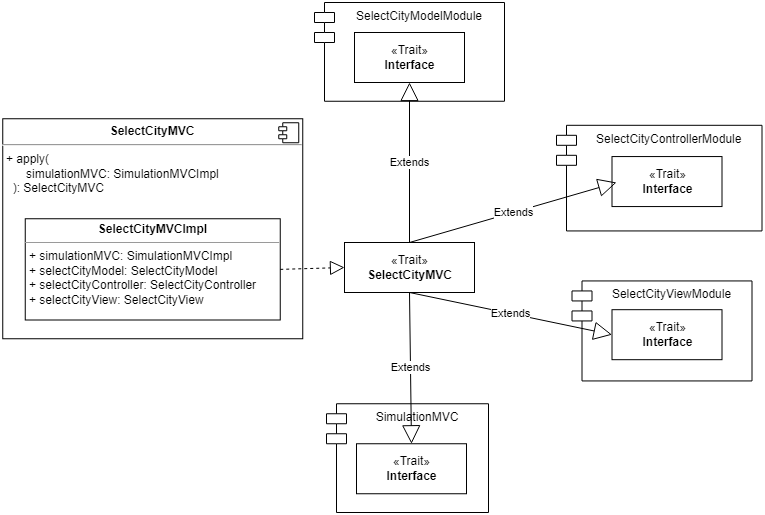
This is docs/img/select_city_MVC.png from AnnaVitali/PPS-22-smartgh, a draw.io export, as it was before one commit. Source tidied: cells renumbered, new cells last; positions are measured from the earlier drawing's top-left corner, leaving out a move shared by most shapes.
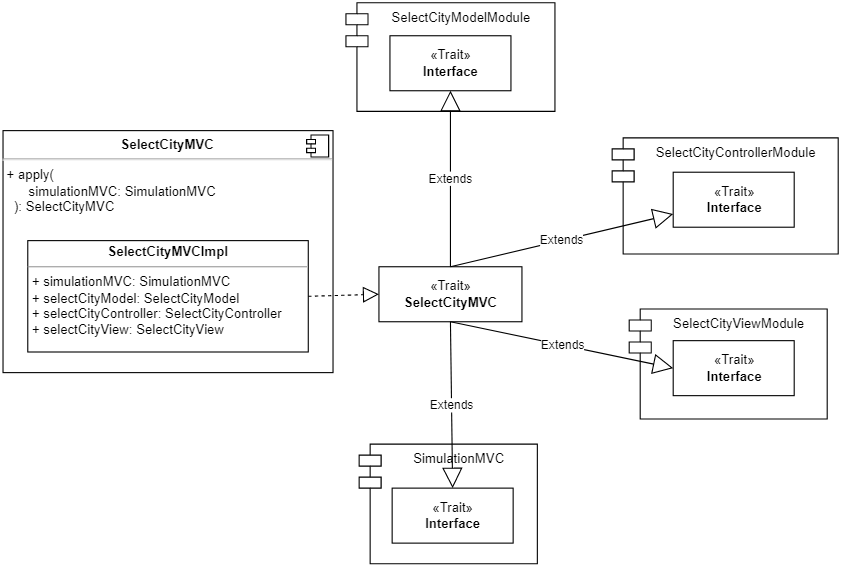
After the change.

The edit, as a diff of the source:
```diff
@@ -2,7 +2,7 @@
   <root>
     <mxCell id="0" />
     <mxCell id="1" parent="0" />
-    <mxCell id="2" value="&lt;p style=&quot;margin:0px;margin-top:6px;text-align:center;&quot;&gt;&lt;b&gt;SelectCityMVC&lt;/b&gt;&lt;br&gt;&lt;/p&gt;&lt;hr&gt;&lt;p style=&quot;margin: 0px 0px 0px 4px;&quot;&gt;+ apply(&lt;/p&gt;&lt;p style=&quot;margin: 0px 0px 0px 4px;&quot;&gt;&lt;span style=&quot;background-color: initial;&quot;&gt;&amp;nbsp; &amp;nbsp; &amp;nbsp; simulationMVC: SimulationMVCImpl&lt;/span&gt;&lt;/p&gt;&lt;p style=&quot;margin: 0px 0px 0px 4px;&quot;&gt;&lt;span style=&quot;background-color: initial;&quot;&gt;&amp;nbsp; ): SelectCityMVC&lt;/span&gt;&lt;/p&gt;" style="align=left;overflow=fill;html=1;" parent="1" vertex="1">
+    <mxCell id="2" value="&lt;p style=&quot;margin:0px;margin-top:6px;text-align:center;&quot;&gt;&lt;b&gt;SelectCityMVC&lt;/b&gt;&lt;br&gt;&lt;/p&gt;&lt;hr&gt;&lt;p style=&quot;margin: 0px 0px 0px 4px;&quot;&gt;+ apply(&lt;/p&gt;&lt;p style=&quot;margin: 0px 0px 0px 4px;&quot;&gt;&lt;span style=&quot;background-color: initial;&quot;&gt;&amp;nbsp; &amp;nbsp; &amp;nbsp; simulationMVC: SimulationMVC&lt;/span&gt;&lt;/p&gt;&lt;p style=&quot;margin: 0px 0px 0px 4px;&quot;&gt;&lt;span style=&quot;background-color: initial;&quot;&gt;&amp;nbsp; ): SelectCityMVC&lt;/span&gt;&lt;/p&gt;" style="align=left;overflow=fill;html=1;" parent="1" vertex="1">
       <mxGeometry x="0.2" y="116.2" width="300" height="220" as="geometry" />
     </mxCell>
     <mxCell id="3" style="shape=component;jettyWidth=8;jettyHeight=4;" parent="2" vertex="1">
@@ -10,7 +10,7 @@
         <mxPoint x="-24" y="4" as="offset" />
       </mxGeometry>
     </mxCell>
-    <mxCell id="4" value="&lt;p style=&quot;margin:0px;margin-top:4px;text-align:center;&quot;&gt;&lt;b&gt;SelectCityMVCImpl&lt;/b&gt;&lt;br&gt;&lt;/p&gt;&lt;hr size=&quot;1&quot;&gt;&lt;p style=&quot;margin:0px;margin-left:4px;&quot;&gt;+ simulationMVC: SimulationMVCImpl&lt;/p&gt;&lt;p style=&quot;margin:0px;margin-left:4px;&quot;&gt;+ selectCityModel: SelectCityModel&lt;/p&gt;&lt;p style=&quot;margin:0px;margin-left:4px;&quot;&gt;+ selectCityController: SelectCityController&lt;/p&gt;&lt;p style=&quot;margin:0px;margin-left:4px;&quot;&gt;+ selectCityView: SelectCityView&lt;/p&gt;" style="verticalAlign=top;align=left;overflow=fill;fontSize=12;fontFamily=Helvetica;html=1;fillColor=default;" parent="1" vertex="1">
+    <mxCell id="4" value="&lt;p style=&quot;margin:0px;margin-top:4px;text-align:center;&quot;&gt;&lt;b&gt;SelectCityMVCImpl&lt;/b&gt;&lt;br&gt;&lt;/p&gt;&lt;hr size=&quot;1&quot;&gt;&lt;p style=&quot;margin:0px;margin-left:4px;&quot;&gt;+ simulationMVC: SimulationMVC&lt;/p&gt;&lt;p style=&quot;margin:0px;margin-left:4px;&quot;&gt;+ selectCityModel: SelectCityModel&lt;/p&gt;&lt;p style=&quot;margin:0px;margin-left:4px;&quot;&gt;+ selectCityController: SelectCityController&lt;/p&gt;&lt;p style=&quot;margin:0px;margin-left:4px;&quot;&gt;+ selectCityView: SelectCityView&lt;/p&gt;" style="verticalAlign=top;align=left;overflow=fill;fontSize=12;fontFamily=Helvetica;html=1;fillColor=default;" parent="1" vertex="1">
       <mxGeometry x="22.8" y="216.2" width="255" height="101.2" as="geometry" />
     </mxCell>
     <mxCell id="5" value="SelectCityControllerModule" style="shape=module;align=left;spacingLeft=20;align=center;verticalAlign=top;fillColor=none;" parent="1" vertex="1">
@@ -46,10 +46,8 @@
     <mxCell id="15" value="Extends" style="endArrow=block;endSize=16;endFill=0;html=1;rounded=0;entryX=0.5;entryY=0;entryDx=0;entryDy=0;exitX=0.5;exitY=1;exitDx=0;exitDy=0;" parent="1" edge="1" source="13" target="12">
       <mxGeometry relative="1" as="geometry" />
     </mxCell>
-    <mxCell id="16" value="Extends" style="endArrow=block;endSize=16;endFill=0;html=1;rounded=0;exitX=0.5;exitY=0;exitDx=0;exitDy=0;" parent="1" edge="1" source="13">
-      <mxGeometry relative="1" as="geometry">
-        <mxPoint x="614" y="180" as="targetPoint" />
-      </mxGeometry>
+    <mxCell id="16" value="Extends" style="endArrow=block;endSize=16;endFill=0;html=1;rounded=0;exitX=0.5;exitY=0;exitDx=0;exitDy=0;" parent="1" edge="1" source="13" target="10">
+      <mxGeometry relative="1" as="geometry" />
     </mxCell>
     <mxCell id="17" value="Extends" style="endArrow=block;endSize=16;endFill=0;html=1;rounded=0;entryX=0.5;entryY=1;entryDx=0;entryDy=0;" parent="1" edge="1" target="9">
       <mxGeometry relative="1" as="geometry">
```
